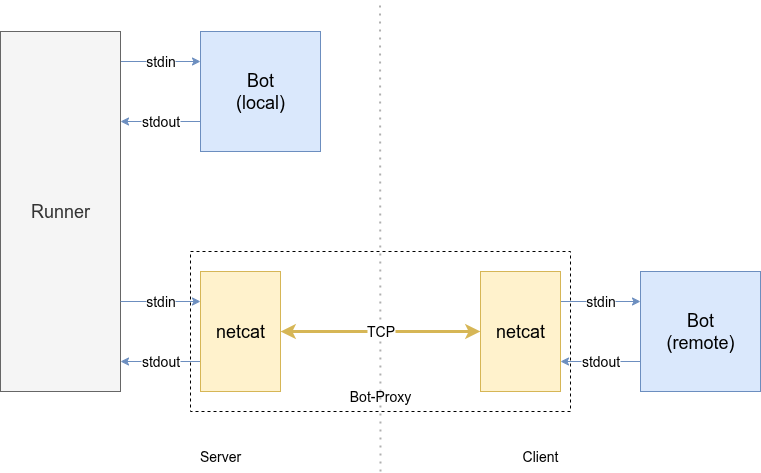
This is content/2026-05-08-live-sparring-mit-botproxy/runner_bot_remote.drawio.png from dlp/hidden-gems-blog, a draw.io export, as it was before one commit. Source tidied: cells renumbered, new cells last; positions are measured from the earlier drawing's top-left corner, leaving out a move shared by most shapes. The source it was exported from:
```xml
<mxGraphModel>
  <root>
    <mxCell id="0" />
    <mxCell id="1" parent="0" />
    <mxCell id="2" style="endArrow=none;dashed=1;html=1;dashPattern=1 3;strokeWidth=2;rounded=0;strokeColor=light-dark(#b0b0b0, #ededed);" parent="1" edge="1">
      <mxGeometry relative="1" as="geometry">
        <mxPoint x="380" y="470" as="sourcePoint" />
        <mxPoint x="379.5" as="targetPoint" />
      </mxGeometry>
    </mxCell>
    <mxCell id="3" style="rounded=0;whiteSpace=wrap;html=1;fillColor=none;dashed=1;" parent="1" vertex="1">
      <mxGeometry x="190" y="250" width="380" height="160" as="geometry" />
    </mxCell>
    <mxCell id="4" value="stdin" style="edgeStyle=orthogonalEdgeStyle;rounded=0;jettySize=auto;html=1;exitX=1;exitY=0.25;exitDx=0;exitDy=0;entryX=0;entryY=0.25;entryDx=0;entryDy=0;fontSize=14;fillColor=#dae8fc;strokeColor=#6c8ebf;" parent="1" edge="1" source="5" target="9">
      <mxGeometry relative="1" as="geometry" />
    </mxCell>
    <mxCell id="5" style="rounded=0;whiteSpace=wrap;html=1;fillColor=#f5f5f5;fontColor=#333333;strokeColor=#666666;" parent="1" vertex="1">
      <mxGeometry y="30" width="120" height="120" as="geometry" />
    </mxCell>
    <mxCell id="6" style="rounded=0;whiteSpace=wrap;html=1;fillColor=#f5f5f5;fontColor=#333333;strokeColor=#666666;" parent="1" vertex="1">
      <mxGeometry y="270" width="120" height="120" as="geometry" />
    </mxCell>
    <mxCell id="7" value="&lt;font style=&quot;font-size: 18px;&quot;&gt;Runner&lt;/font&gt;" style="rounded=0;whiteSpace=wrap;html=1;fillColor=#f5f5f5;fontColor=#333333;strokeColor=#666666;" parent="1" vertex="1">
      <mxGeometry y="30" width="120" height="360" as="geometry" />
    </mxCell>
    <mxCell id="8" value="stdout" style="edgeStyle=orthogonalEdgeStyle;rounded=0;jettySize=auto;html=1;exitX=0;exitY=0.75;exitDx=0;exitDy=0;entryX=1;entryY=0.75;entryDx=0;entryDy=0;fontSize=14;fillColor=#dae8fc;strokeColor=#6c8ebf;" parent="1" edge="1" source="9" target="5">
      <mxGeometry relative="1" as="geometry" />
    </mxCell>
    <mxCell id="9" value="&lt;font style=&quot;font-size: 18px;&quot;&gt;Bot&lt;/font&gt;&lt;div&gt;&lt;font style=&quot;font-size: 18px;&quot;&gt;(local)&lt;/font&gt;&lt;/div&gt;" style="rounded=0;whiteSpace=wrap;html=1;fillColor=#dae8fc;strokeColor=#6c8ebf;" parent="1" vertex="1">
      <mxGeometry x="200" y="30" width="120" height="120" as="geometry" />
    </mxCell>
    <mxCell id="10" value="stdin" style="edgeStyle=orthogonalEdgeStyle;rounded=0;jettySize=auto;html=1;exitX=1;exitY=0.25;exitDx=0;exitDy=0;entryX=0;entryY=0.25;entryDx=0;entryDy=0;fontSize=14;fillColor=#dae8fc;strokeColor=#6c8ebf;" parent="1" edge="1" target="13">
      <mxGeometry relative="1" as="geometry">
        <mxPoint x="120" y="300" as="sourcePoint" />
      </mxGeometry>
    </mxCell>
    <mxCell id="11" value="stdout" style="edgeStyle=orthogonalEdgeStyle;rounded=0;jettySize=auto;html=1;exitX=0;exitY=0.75;exitDx=0;exitDy=0;entryX=1;entryY=0.75;entryDx=0;entryDy=0;fontSize=14;fillColor=#dae8fc;strokeColor=#6c8ebf;" parent="1" edge="1" source="13">
      <mxGeometry relative="1" as="geometry">
        <mxPoint x="120" y="360" as="targetPoint" />
      </mxGeometry>
    </mxCell>
    <mxCell id="12" value="&lt;font style=&quot;font-size: 14px;&quot;&gt;TCP&lt;/font&gt;" style="rounded=0;jettySize=auto;html=1;exitX=1;exitY=0.5;exitDx=0;exitDy=0;startArrow=classic;startFill=1;fillColor=#fff2cc;strokeColor=#d6b656;strokeWidth=3;" parent="1" edge="1" source="13" target="17">
      <mxGeometry relative="1" as="geometry" />
    </mxCell>
    <mxCell id="13" value="&lt;span style=&quot;font-size: 18px;&quot;&gt;netcat&lt;/span&gt;" style="rounded=0;whiteSpace=wrap;html=1;fillColor=#fff2cc;strokeColor=#d6b656;" parent="1" vertex="1">
      <mxGeometry x="200" y="270" width="80" height="120" as="geometry" />
    </mxCell>
    <mxCell id="14" value="stdin" style="edgeStyle=orthogonalEdgeStyle;rounded=0;jettySize=auto;html=1;exitX=1;exitY=0.25;exitDx=0;exitDy=0;entryX=0;entryY=0.25;entryDx=0;entryDy=0;fontSize=14;fillColor=#dae8fc;strokeColor=#6c8ebf;" parent="1" edge="1" target="16">
      <mxGeometry relative="1" as="geometry">
        <mxPoint x="560" y="300" as="sourcePoint" />
      </mxGeometry>
    </mxCell>
    <mxCell id="15" value="stdout" style="edgeStyle=orthogonalEdgeStyle;rounded=0;jettySize=auto;html=1;exitX=0;exitY=0.75;exitDx=0;exitDy=0;entryX=1;entryY=0.75;entryDx=0;entryDy=0;fontSize=14;fillColor=#dae8fc;strokeColor=#6c8ebf;" parent="1" edge="1" source="16">
      <mxGeometry relative="1" as="geometry">
        <mxPoint x="560" y="360" as="targetPoint" />
      </mxGeometry>
    </mxCell>
    <mxCell id="16" value="&lt;font style=&quot;font-size: 18px;&quot;&gt;Bot&lt;/font&gt;&lt;div&gt;&lt;font style=&quot;font-size: 18px;&quot;&gt;(remote)&lt;/font&gt;&lt;/div&gt;" style="rounded=0;whiteSpace=wrap;html=1;fillColor=#dae8fc;strokeColor=#6c8ebf;" parent="1" vertex="1">
      <mxGeometry x="640" y="270" width="120" height="120" as="geometry" />
    </mxCell>
    <mxCell id="17" value="&lt;span style=&quot;font-size: 18px;&quot;&gt;netcat&lt;/span&gt;" style="rounded=0;whiteSpace=wrap;html=1;fillColor=#fff2cc;strokeColor=#d6b656;" parent="1" vertex="1">
      <mxGeometry x="480" y="270" width="80" height="120" as="geometry" />
    </mxCell>
    <mxCell id="18" value="&lt;font style=&quot;font-size: 14px;&quot;&gt;Bot-Proxy&lt;/font&gt;" style="text;html=1;align=center;verticalAlign=middle;whiteSpace=wrap;rounded=0;" parent="1" vertex="1">
      <mxGeometry x="320" y="380" width="120" height="30" as="geometry" />
    </mxCell>
    <mxCell id="19" value="&lt;font style=&quot;font-size: 14px;&quot;&gt;Server&lt;/font&gt;" style="text;html=1;align=center;verticalAlign=middle;whiteSpace=wrap;rounded=0;" parent="1" vertex="1">
      <mxGeometry x="160" y="440" width="120" height="30" as="geometry" />
    </mxCell>
    <mxCell id="20" value="&lt;font style=&quot;font-size: 14px;&quot;&gt;Client&lt;/font&gt;" style="text;html=1;align=center;verticalAlign=middle;whiteSpace=wrap;rounded=0;" parent="1" vertex="1">
      <mxGeometry x="480" y="440" width="120" height="30" as="geometry" />
    </mxCell>
  </root>
</mxGraphModel>
```
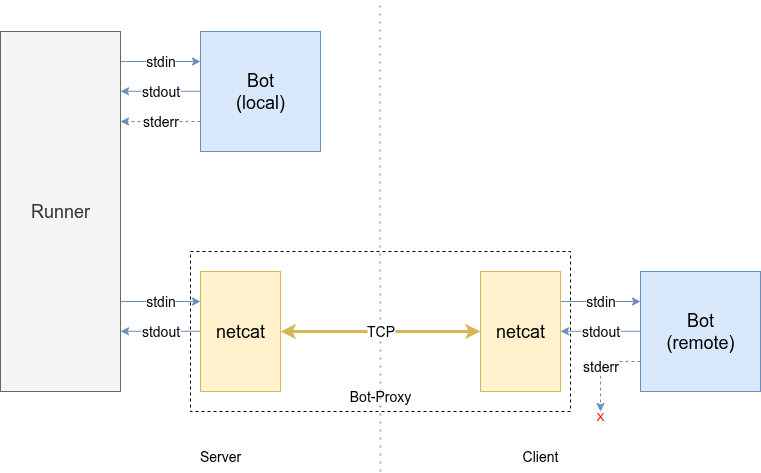
Later version of the same file.

What changed in the source:
```diff
@@ -23,9 +23,15 @@
     <mxCell id="7" value="&lt;font style=&quot;font-size: 18px;&quot;&gt;Runner&lt;/font&gt;" style="rounded=0;whiteSpace=wrap;html=1;fillColor=#f5f5f5;fontColor=#333333;strokeColor=#666666;" parent="1" vertex="1">
       <mxGeometry y="30" width="120" height="360" as="geometry" />
     </mxCell>
-    <mxCell id="8" value="stdout" style="edgeStyle=orthogonalEdgeStyle;rounded=0;jettySize=auto;html=1;exitX=0;exitY=0.75;exitDx=0;exitDy=0;entryX=1;entryY=0.75;entryDx=0;entryDy=0;fontSize=14;fillColor=#dae8fc;strokeColor=#6c8ebf;" parent="1" edge="1" source="9" target="5">
-      <mxGeometry relative="1" as="geometry" />
+    <mxCell id="8" value="stdout" style="edgeStyle=orthogonalEdgeStyle;rounded=0;orthogonalLoop=1;jettySize=auto;html=1;exitX=0;exitY=0.75;exitDx=0;exitDy=0;entryX=1;entryY=0.75;entryDx=0;entryDy=0;fontSize=14;fillColor=#dae8fc;strokeColor=#6c8ebf;" parent="1" edge="1">
+      <mxGeometry relative="1" as="geometry">
+        <mxPoint x="200" y="89.8" as="sourcePoint" />
+        <mxPoint x="120" y="89.8" as="targetPoint" />
+      </mxGeometry>
     </mxCell>
+    <mxCell id="21" value="&lt;font style=&quot;font-size: 14px;&quot;&gt;stderr&lt;/font&gt;" style="edgeStyle=orthogonalEdgeStyle;rounded=0;jettySize=auto;html=1;exitX=0;exitY=0.75;exitDx=0;exitDy=0;entryX=1;entryY=0.25;entryDx=0;entryDy=0;fillColor=#dae8fc;strokeColor=#6c8ebf;dashed=1;" parent="1" edge="1" source="9" target="7">
+      <mxGeometry relative="1" as="geometry" />
+    </mxCell>
     <mxCell id="9" value="&lt;font style=&quot;font-size: 18px;&quot;&gt;Bot&lt;/font&gt;&lt;div&gt;&lt;font style=&quot;font-size: 18px;&quot;&gt;(local)&lt;/font&gt;&lt;/div&gt;" style="rounded=0;whiteSpace=wrap;html=1;fillColor=#dae8fc;strokeColor=#6c8ebf;" parent="1" vertex="1">
       <mxGeometry x="200" y="30" width="120" height="120" as="geometry" />
     </mxCell>
@@ -34,9 +40,10 @@
         <mxPoint x="120" y="300" as="sourcePoint" />
       </mxGeometry>
     </mxCell>
-    <mxCell id="11" value="stdout" style="edgeStyle=orthogonalEdgeStyle;rounded=0;jettySize=auto;html=1;exitX=0;exitY=0.75;exitDx=0;exitDy=0;entryX=1;entryY=0.75;entryDx=0;entryDy=0;fontSize=14;fillColor=#dae8fc;strokeColor=#6c8ebf;" parent="1" edge="1" source="13">
+    <mxCell id="11" value="stdout" style="edgeStyle=orthogonalEdgeStyle;rounded=0;orthogonalLoop=1;jettySize=auto;html=1;exitX=0;exitY=0.75;exitDx=0;exitDy=0;entryX=1;entryY=0.75;entryDx=0;entryDy=0;fontSize=14;fillColor=#dae8fc;strokeColor=#6c8ebf;" parent="1" edge="1">
       <mxGeometry relative="1" as="geometry">
-        <mxPoint x="120" y="360" as="targetPoint" />
+        <mxPoint x="200" y="329.8" as="sourcePoint" />
+        <mxPoint x="120" y="329.8" as="targetPoint" />
       </mxGeometry>
     </mxCell>
     <mxCell id="12" value="&lt;font style=&quot;font-size: 14px;&quot;&gt;TCP&lt;/font&gt;" style="rounded=0;jettySize=auto;html=1;exitX=1;exitY=0.5;exitDx=0;exitDy=0;startArrow=classic;startFill=1;fillColor=#fff2cc;strokeColor=#d6b656;strokeWidth=3;" parent="1" edge="1" source="13" target="17">
@@ -50,11 +57,20 @@
         <mxPoint x="560" y="300" as="sourcePoint" />
       </mxGeometry>
     </mxCell>
-    <mxCell id="15" value="stdout" style="edgeStyle=orthogonalEdgeStyle;rounded=0;jettySize=auto;html=1;exitX=0;exitY=0.75;exitDx=0;exitDy=0;entryX=1;entryY=0.75;entryDx=0;entryDy=0;fontSize=14;fillColor=#dae8fc;strokeColor=#6c8ebf;" parent="1" edge="1" source="16">
+    <mxCell id="15" value="stdout" style="edgeStyle=orthogonalEdgeStyle;rounded=0;orthogonalLoop=1;jettySize=auto;html=1;exitX=0;exitY=0.75;exitDx=0;exitDy=0;entryX=1;entryY=0.75;entryDx=0;entryDy=0;fontSize=14;fillColor=#dae8fc;strokeColor=#6c8ebf;" parent="1" edge="1">
       <mxGeometry relative="1" as="geometry">
-        <mxPoint x="560" y="360" as="targetPoint" />
+        <mxPoint x="640" y="329.8" as="sourcePoint" />
+        <mxPoint x="560" y="329.8" as="targetPoint" />
       </mxGeometry>
     </mxCell>
+    <mxCell id="22" value="&lt;font style=&quot;font-size: 14px;&quot;&gt;stderr&lt;/font&gt;" style="edgeStyle=orthogonalEdgeStyle;rounded=0;jettySize=auto;html=1;exitX=0;exitY=0.75;exitDx=0;exitDy=0;fillColor=#dae8fc;strokeColor=#6c8ebf;dashed=1;" parent="1" edge="1" source="16">
+      <mxGeometry relative="1" as="geometry">
+        <mxPoint x="600" y="410" as="targetPoint" />
+        <Array as="points">
+          <mxPoint x="600" y="360" />
+        </Array>
+      </mxGeometry>
+    </mxCell>
     <mxCell id="16" value="&lt;font style=&quot;font-size: 18px;&quot;&gt;Bot&lt;/font&gt;&lt;div&gt;&lt;font style=&quot;font-size: 18px;&quot;&gt;(remote)&lt;/font&gt;&lt;/div&gt;" style="rounded=0;whiteSpace=wrap;html=1;fillColor=#dae8fc;strokeColor=#6c8ebf;" parent="1" vertex="1">
       <mxGeometry x="640" y="270" width="120" height="120" as="geometry" />
     </mxCell>
@@ -70,5 +86,8 @@
     <mxCell id="20" value="&lt;font style=&quot;font-size: 14px;&quot;&gt;Client&lt;/font&gt;" style="text;html=1;align=center;verticalAlign=middle;whiteSpace=wrap;rounded=0;" parent="1" vertex="1">
       <mxGeometry x="480" y="440" width="120" height="30" as="geometry" />
     </mxCell>
+    <mxCell id="23" value="X" style="text;html=1;align=center;verticalAlign=middle;whiteSpace=wrap;rounded=0;fontColor=#FF0000;" parent="1" vertex="1">
+      <mxGeometry x="570" y="400" width="60" height="30" as="geometry" />
+    </mxCell>
   </root>
 </mxGraphModel>
```
